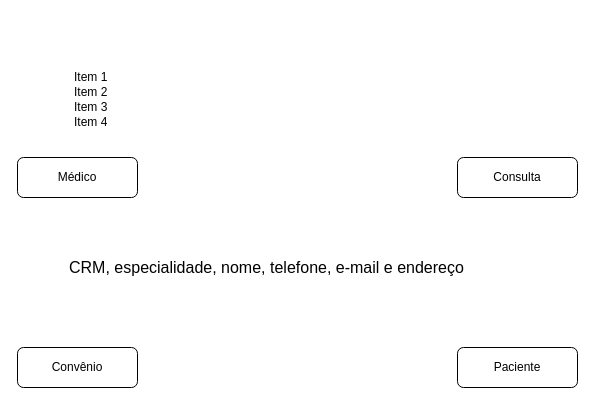
Earlier version of the draw.io diagram Diagrama Clinica médica.drawio (lucassenderski/Diagramas). Source tidied: cells renumbered, new cells numbered last; positions are measured from the earlier drawing's top-left corner, leaving out a move shared by most shapes. Both pictures are drawn from the tidied source at 100%, with x=0, y=0 at pixel (17, 67).
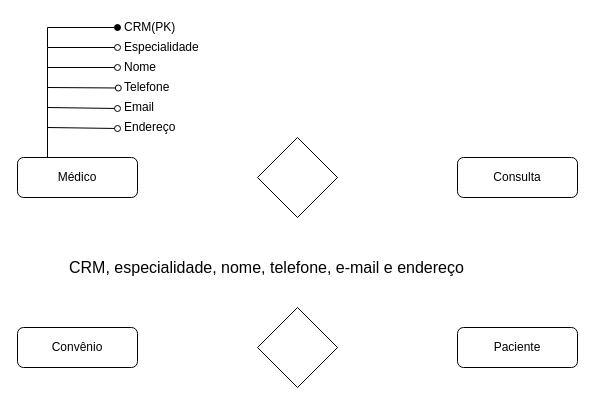
After the change.

Unchanged cells that the change refers to:
```xml
<mxCell id="2" value="Médico" style="rounded=1;whiteSpace=wrap;html=1;fontSize=12;glass=0;strokeWidth=1;shadow=0;" parent="1" vertex="1">
  <mxGeometry y="90" width="120" height="40" as="geometry" />
</mxCell>
```

The edit, as a diff of the source:
```diff
@@
     <mxCell id="4" value="Convênio" style="rounded=1;whiteSpace=wrap;html=1;fontSize=12;glass=0;strokeWidth=1;shadow=0;" parent="1" vertex="1">
-      <mxGeometry y="280" width="120" height="40" as="geometry" />
+      <mxGeometry y="260" width="120" height="40" as="geometry" />
     </mxCell>
     <mxCell id="5" value="Paciente" style="rounded=1;whiteSpace=wrap;html=1;fontSize=12;glass=0;strokeWidth=1;shadow=0;" parent="1" vertex="1">
-      <mxGeometry x="440" y="280" width="120" height="40" as="geometry" />
+      <mxGeometry x="440" y="260" width="120" height="40" as="geometry" />
     </mxCell>
@@
+    <mxCell id="16" style="rhombus;whiteSpace=wrap;html=1;" parent="1" vertex="1">
+      <mxGeometry x="240" y="70" width="80" height="80" as="geometry" />
+    </mxCell>
+    <mxCell id="17" style="rhombus;whiteSpace=wrap;html=1;" parent="1" vertex="1">
+      <mxGeometry x="240" y="240" width="80" height="80" as="geometry" />
+    </mxCell>
+    <mxCell id="18" style="endArrow=none;html=1;rounded=0;exitX=0.25;exitY=0;exitDx=0;exitDy=0;" parent="1" edge="1" source="2">
+      <mxGeometry relative="1" as="geometry">
+        <mxPoint x="30" y="-20" as="targetPoint" />
+      </mxGeometry>
+    </mxCell>
+    <mxCell id="19" style="endArrow=oval;html=1;rounded=0;endFill=1;entryX=0;entryY=0.5;entryDx=0;entryDy=0;" parent="1" edge="1" target="8">
+      <mxGeometry relative="1" as="geometry">
+        <mxPoint x="30" y="-20" as="sourcePoint" />
+        <Array as="points">
+          <mxPoint x="30" y="-40" />
+        </Array>
+      </mxGeometry>
+    </mxCell>
     <mxCell id="7" style="shape=table;startSize=0;childLayout=tableLayout;fontSize=11;fillColor=none;strokeColor=none;" parent="1" vertex="1">
-      <mxGeometry x="50" width="60" height="60" as="geometry" />
+      <mxGeometry x="100" y="-50" width="100" height="75" as="geometry" />
     </mxCell>
     <mxCell id="8" style="shape=tableRow;horizontal=0;startSize=0;swimlaneHead=0;swimlaneBody=0;strokeColor=inherit;top=0;left=0;bottom=0;right=0;fillColor=none;points=[[0,0.5],[1,0.5]];portConstraint=eastwest;fontSize=16;" parent="7" vertex="1">
-      <mxGeometry width="60" height="15" as="geometry" />
+      <mxGeometry width="100" height="20" as="geometry" />
     </mxCell>
-    <mxCell id="9" value="Item 1" style="shape=partialRectangle;html=1;whiteSpace=wrap;strokeColor=inherit;overflow=hidden;fillColor=none;top=0;left=0;bottom=0;right=0;fontSize=12;align=left;spacingLeft=5;" parent="8" vertex="1">
-      <mxGeometry width="60" height="15" as="geometry" />
+    <mxCell id="9" value="CRM(PK)" style="shape=partialRectangle;html=1;whiteSpace=wrap;strokeColor=inherit;overflow=hidden;fillColor=none;top=0;left=0;bottom=0;right=0;fontSize=12;align=left;spacingLeft=5;" parent="8" vertex="1">
+      <mxGeometry width="100" height="20" as="geometry" />
     </mxCell>
     <mxCell id="10" style="shape=tableRow;horizontal=0;startSize=0;swimlaneHead=0;swimlaneBody=0;strokeColor=inherit;top=0;left=0;bottom=0;right=0;fillColor=none;points=[[0,0.5],[1,0.5]];portConstraint=eastwest;fontSize=16;" parent="7" vertex="1">
-      <mxGeometry y="15" width="60" height="15" as="geometry" />
+      <mxGeometry y="20" width="100" height="20" as="geometry" />
     </mxCell>
-    <mxCell id="11" value="Item 2" style="shape=partialRectangle;html=1;whiteSpace=wrap;strokeColor=inherit;overflow=hidden;fillColor=none;top=0;left=0;bottom=0;right=0;fontSize=12;align=left;spacingLeft=5;" parent="10" vertex="1">
-      <mxGeometry width="60" height="15" as="geometry" />
+    <mxCell id="11" value="Especialidade" style="shape=partialRectangle;html=1;whiteSpace=wrap;strokeColor=inherit;overflow=hidden;fillColor=none;top=0;left=0;bottom=0;right=0;fontSize=12;align=left;spacingLeft=5;" parent="10" vertex="1">
+      <mxGeometry width="100" height="20" as="geometry" />
     </mxCell>
     <mxCell id="12" style="shape=tableRow;horizontal=0;startSize=0;swimlaneHead=0;swimlaneBody=0;strokeColor=inherit;top=0;left=0;bottom=0;right=0;fillColor=none;points=[[0,0.5],[1,0.5]];portConstraint=eastwest;fontSize=16;" parent="7" vertex="1">
-      <mxGeometry y="30" width="60" height="15" as="geometry" />
+      <mxGeometry y="40" width="100" height="20" as="geometry" />
     </mxCell>
-    <mxCell id="13" value="Item 3" style="shape=partialRectangle;html=1;whiteSpace=wrap;strokeColor=inherit;overflow=hidden;fillColor=none;top=0;left=0;bottom=0;right=0;fontSize=12;align=left;spacingLeft=5;" parent="12" vertex="1">
-      <mxGeometry width="60" height="15" as="geometry" />
+    <mxCell id="13" value="Nome" style="shape=partialRectangle;html=1;whiteSpace=wrap;strokeColor=inherit;overflow=hidden;fillColor=none;top=0;left=0;bottom=0;right=0;fontSize=12;align=left;spacingLeft=5;" parent="12" vertex="1">
+      <mxGeometry width="100" height="20" as="geometry" />
     </mxCell>
     <mxCell id="14" style="shape=tableRow;horizontal=0;startSize=0;swimlaneHead=0;swimlaneBody=0;strokeColor=inherit;top=0;left=0;bottom=0;right=0;fillColor=none;points=[[0,0.5],[1,0.5]];portConstraint=eastwest;fontSize=16;" parent="7" vertex="1">
-      <mxGeometry y="45" width="60" height="15" as="geometry" />
+      <mxGeometry y="60" width="100" height="15" as="geometry" />
     </mxCell>
-    <mxCell id="15" value="Item 4" style="shape=partialRectangle;html=1;whiteSpace=wrap;strokeColor=inherit;overflow=hidden;fillColor=none;top=0;left=0;bottom=0;right=0;fontSize=12;align=left;spacingLeft=5;" parent="14" vertex="1">
-      <mxGeometry width="60" height="15" as="geometry" />
+    <mxCell id="15" value="Telefone" style="shape=partialRectangle;html=1;whiteSpace=wrap;strokeColor=inherit;overflow=hidden;fillColor=none;top=0;left=0;bottom=0;right=0;fontSize=12;align=left;spacingLeft=5;" parent="14" vertex="1">
+      <mxGeometry width="100" height="15" as="geometry" />
     </mxCell>
+    <mxCell id="20" style="endArrow=oval;html=1;rounded=0;endFill=0;" parent="1" edge="1" target="10">
+      <mxGeometry relative="1" as="geometry">
+        <mxPoint x="30" y="-20" as="sourcePoint" />
+        <Array as="points">
+          <mxPoint x="30" y="-20" />
+        </Array>
+      </mxGeometry>
+    </mxCell>
+    <mxCell id="21" style="endArrow=oval;html=1;rounded=0;endFill=0;" parent="1" edge="1" target="12">
+      <mxGeometry relative="1" as="geometry">
+        <mxPoint x="30" as="sourcePoint" />
+        <Array as="points">
+          <mxPoint x="30" />
+        </Array>
+      </mxGeometry>
+    </mxCell>
+    <mxCell id="22" style="endArrow=oval;html=1;rounded=0;endFill=0;entryX=0.008;entryY=0.7;entryDx=0;entryDy=0;entryPerimeter=0;" parent="1" edge="1" target="14">
+      <mxGeometry relative="1" as="geometry">
+        <mxPoint x="30" y="20" as="sourcePoint" />
+      </mxGeometry>
+    </mxCell>
+    <mxCell id="23" style="endArrow=oval;html=1;rounded=0;endFill=0;entryX=0.008;entryY=0.7;entryDx=0;entryDy=0;entryPerimeter=0;" parent="1" edge="1">
+      <mxGeometry relative="1" as="geometry">
+        <mxPoint x="30" y="40" as="sourcePoint" />
+        <mxPoint x="100" y="41" as="targetPoint" />
+      </mxGeometry>
+    </mxCell>
+    <mxCell id="24" value="Email" style="shape=partialRectangle;html=1;whiteSpace=wrap;strokeColor=inherit;overflow=hidden;fillColor=none;top=0;left=0;bottom=0;right=0;fontSize=12;align=left;spacingLeft=5;" parent="1" vertex="1">
+      <mxGeometry x="100" y="30" width="60" height="15" as="geometry" />
+    </mxCell>
+    <mxCell id="25" style="endArrow=oval;html=1;rounded=0;endFill=0;entryX=0.008;entryY=0.7;entryDx=0;entryDy=0;entryPerimeter=0;" parent="1" edge="1">
+      <mxGeometry relative="1" as="geometry">
+        <mxPoint x="30" y="60" as="sourcePoint" />
+        <mxPoint x="100" y="61" as="targetPoint" />
+      </mxGeometry>
+    </mxCell>
+    <mxCell id="26" value="Endereço" style="shape=partialRectangle;html=1;whiteSpace=wrap;strokeColor=inherit;overflow=hidden;fillColor=none;top=0;left=0;bottom=0;right=0;fontSize=12;align=left;spacingLeft=5;" parent="1" vertex="1">
+      <mxGeometry x="100" y="50" width="70" height="20" as="geometry" />
+    </mxCell>
```
